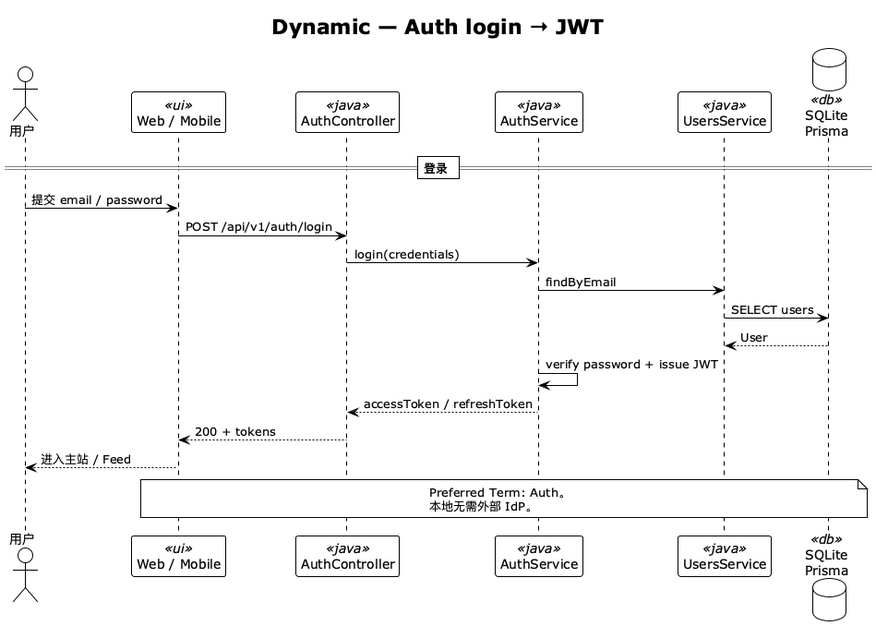
The PlantUML diagram docs/developer/c4-model/png/C4-Dynamic-Auth-Login.png in felixzhu97/explore-chat, before a commit.
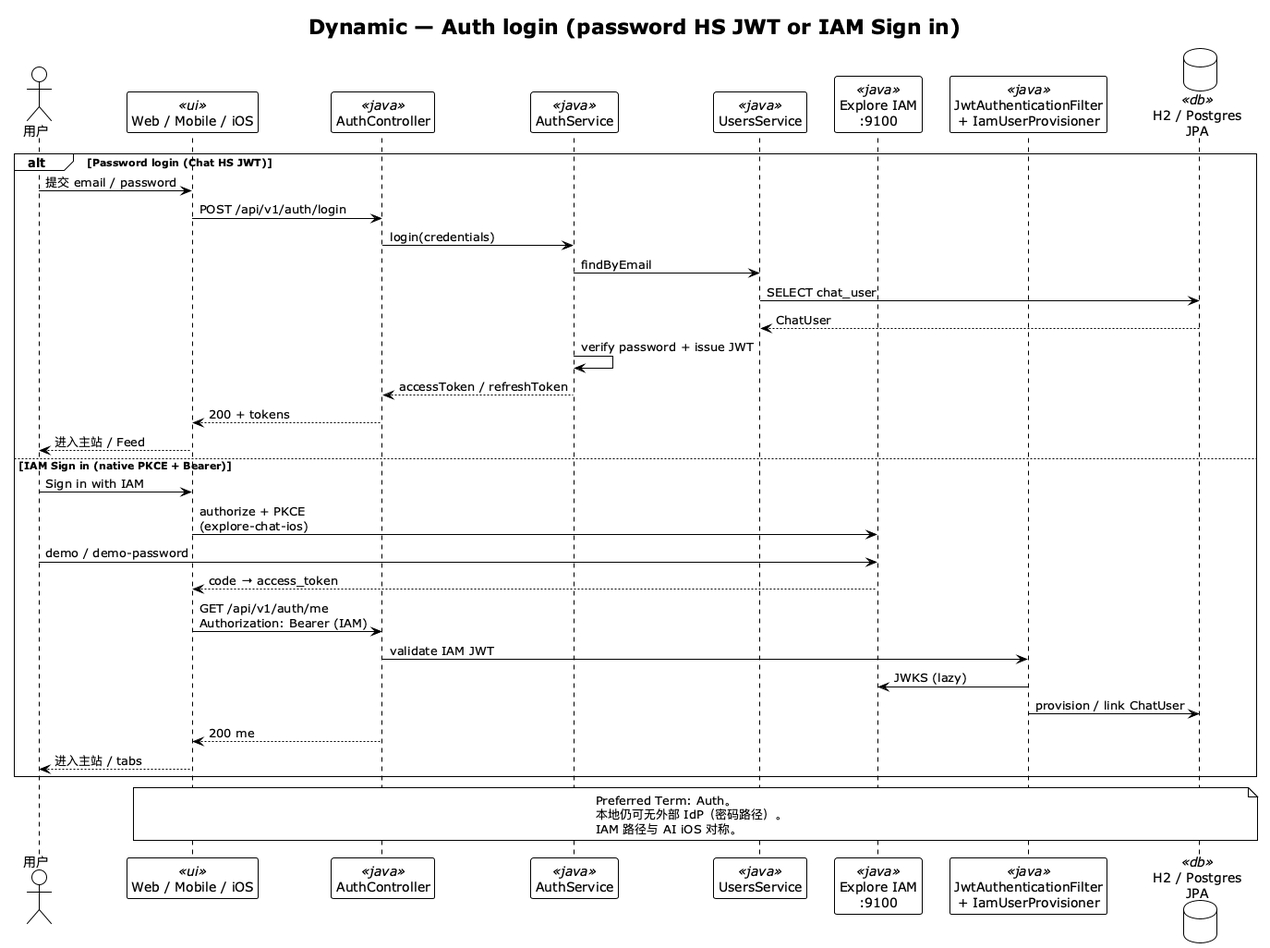
After the change.

What changed in the source:
```diff
@@ -3,30 +3,45 @@
 skinparam backgroundColor #FFFFFF
 skinparam shadowing false
 
-title Dynamic — Auth login → JWT
+title Dynamic — Auth login (password HS JWT or IAM Sign in)
 
 actor "用户" as user
-participant "Web / Mobile" as ui <<ui>>
+participant "Web / Mobile / iOS" as ui <<ui>>
 participant "AuthController" as authCtrl <<java>>
 participant "AuthService" as authSvc <<java>>
 participant "UsersService" as usersSvc <<java>>
-database "SQLite\nPrisma" as db <<db>>
+participant "Explore IAM\n:9100" as iam <<java>>
+participant "JwtAuthenticationFilter\n+ IamUserProvisioner" as jwt <<java>>
+database "H2 / Postgres\nJPA" as db <<db>>
 
-== 登录 ==
-user -> ui : 提交 email / password
-ui -> authCtrl : POST /api/v1/auth/login
-authCtrl -> authSvc : login(credentials)
-authSvc -> usersSvc : findByEmail
-usersSvc -> db : SELECT users
-db --> usersSvc : User
-authSvc -> authSvc : verify password + issue JWT
-authSvc --> authCtrl : accessToken / refreshToken
-authCtrl --> ui : 200 + tokens
-ui --> user : 进入主站 / Feed
+alt Password login (Chat HS JWT)
+  user -> ui : 提交 email / password
+  ui -> authCtrl : POST /api/v1/auth/login
+  authCtrl -> authSvc : login(credentials)
+  authSvc -> usersSvc : findByEmail
+  usersSvc -> db : SELECT chat_user
+  db --> usersSvc : ChatUser
+  authSvc -> authSvc : verify password + issue JWT
+  authSvc --> authCtrl : accessToken / refreshToken
+  authCtrl --> ui : 200 + tokens
+  ui --> user : 进入主站 / Feed
+else IAM Sign in (native PKCE + Bearer)
+  user -> ui : Sign in with IAM
+  ui -> iam : authorize + PKCE\n(explore-chat-ios)
+  user -> iam : demo / demo-password
+  iam --> ui : code → access_token
+  ui -> authCtrl : GET /api/v1/auth/me\nAuthorization: Bearer (IAM)
+  authCtrl -> jwt : validate IAM JWT
+  jwt -> iam : JWKS (lazy)
+  jwt -> db : provision / link ChatUser
+  authCtrl --> ui : 200 me
+  ui --> user : 进入主站 / tabs
+end
 
 note over ui, db
   Preferred Term: Auth。
-  本地无需外部 IdP。
+  本地仍可无外部 IdP（密码路径）。
+  IAM 路径与 AI iOS 对称。
 end note
 
 @enduml
```
